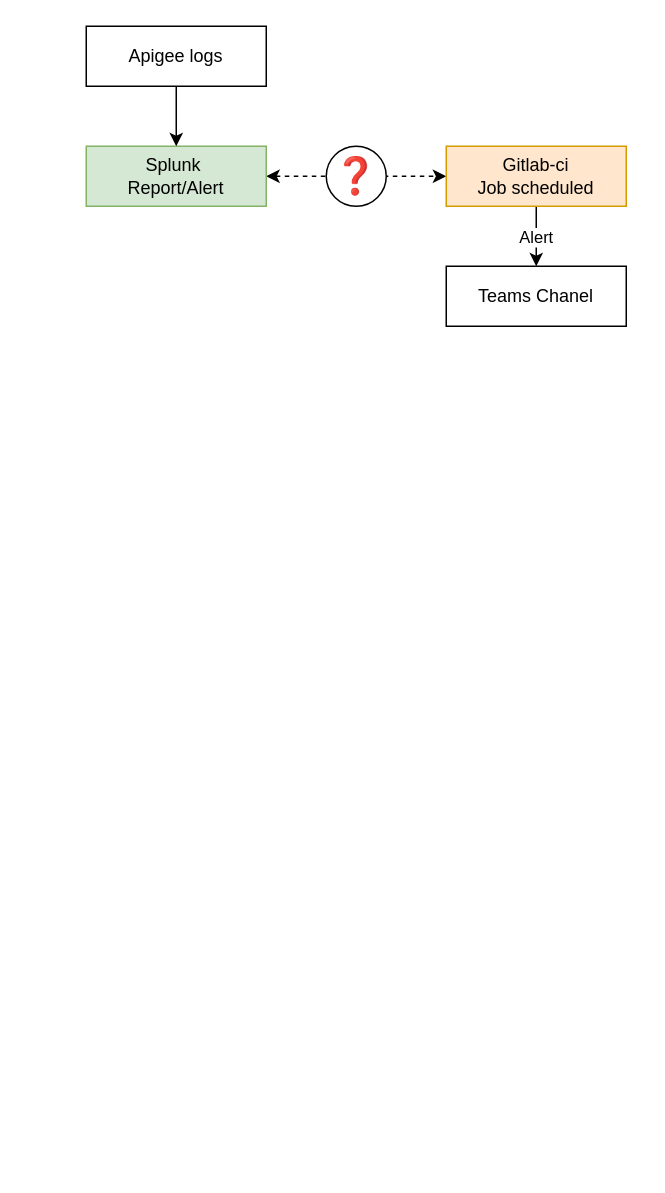
The draw.io diagram inactive-apikeys.drawio in 41M3/draw.io, before the edit. Source tidied: cells renumbered, new cells numbered last; positions are measured from the earlier drawing's top-left corner, leaving out a move shared by most shapes. Both pictures are drawn from the tidied source at 150%, with x=0, y=0 at pixel (86, 26).
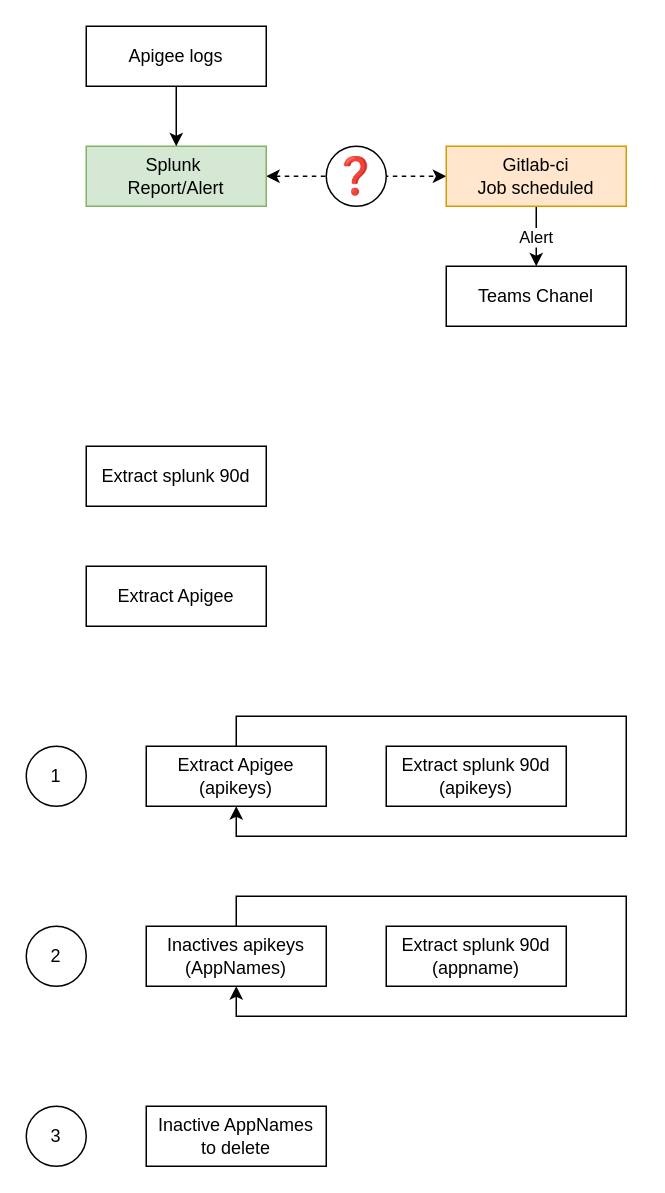
After the change.

Commit message:
Mettre à jour inactive-apikeys.drawio

Change to the diagram source:
```diff
@@
+    <mxCell id="11" value="Extract splunk 90d" style="rounded=0;whiteSpace=wrap;html=1;" parent="1" vertex="1">
+      <mxGeometry y="280" width="120" height="40" as="geometry" />
+    </mxCell>
+    <mxCell id="12" value="Extract Apigee" style="rounded=0;whiteSpace=wrap;html=1;" parent="1" vertex="1">
+      <mxGeometry y="360" width="120" height="40" as="geometry" />
+    </mxCell>
+    <mxCell id="13" value="Extract Apigee&lt;br&gt;(apikeys)" style="rounded=0;whiteSpace=wrap;html=1;" parent="1" vertex="1">
+      <mxGeometry x="40" y="480" width="120" height="40" as="geometry" />
+    </mxCell>
+    <mxCell id="14" style="edgeStyle=orthogonalEdgeStyle;rounded=0;orthogonalLoop=1;jettySize=auto;html=1;entryX=0.5;entryY=1;entryDx=0;entryDy=0;" parent="1" edge="1" source="13" target="13">
+      <mxGeometry relative="1" as="geometry">
+        <Array as="points">
+          <mxPoint x="100" y="460" />
+          <mxPoint x="360" y="460" />
+          <mxPoint x="360" y="540" />
+          <mxPoint x="100" y="540" />
+        </Array>
+      </mxGeometry>
+    </mxCell>
+    <mxCell id="15" value="Extract splunk 90d&lt;br&gt;(apikeys)" style="rounded=0;whiteSpace=wrap;html=1;" parent="1" vertex="1">
+      <mxGeometry x="200" y="480" width="120" height="40" as="geometry" />
+    </mxCell>
+    <mxCell id="16" value="1" style="ellipse;whiteSpace=wrap;html=1;" parent="1" vertex="1">
+      <mxGeometry x="-40" y="480" width="40" height="40" as="geometry" />
+    </mxCell>
+    <mxCell id="17" value="Inactives apikeys&lt;br&gt;(AppNames)" style="whiteSpace=wrap;html=1;" parent="1" vertex="1">
+      <mxGeometry x="40" y="600" width="120" height="40" as="geometry" />
+    </mxCell>
+    <mxCell id="18" style="edgeStyle=orthogonalEdgeStyle;rounded=0;orthogonalLoop=1;jettySize=auto;html=1;entryX=0.5;entryY=1;entryDx=0;entryDy=0;" parent="1" edge="1" source="17" target="17">
+      <mxGeometry relative="1" as="geometry">
+        <Array as="points">
+          <mxPoint x="100" y="580" />
+          <mxPoint x="360" y="580" />
+          <mxPoint x="360" y="660" />
+          <mxPoint x="100" y="660" />
+        </Array>
+      </mxGeometry>
+    </mxCell>
+    <mxCell id="19" value="Extract splunk 90d&lt;br&gt;(appname)" style="rounded=0;whiteSpace=wrap;html=1;" parent="1" vertex="1">
+      <mxGeometry x="200" y="600" width="120" height="40" as="geometry" />
+    </mxCell>
+    <mxCell id="20" value="Inactive AppNames&lt;br&gt;to delete" style="whiteSpace=wrap;html=1;" parent="1" vertex="1">
+      <mxGeometry x="40" y="720" width="120" height="40" as="geometry" />
+    </mxCell>
+    <mxCell id="21" value="2" style="ellipse;whiteSpace=wrap;html=1;" parent="1" vertex="1">
+      <mxGeometry x="-40" y="600" width="40" height="40" as="geometry" />
+    </mxCell>
+    <mxCell id="22" value="3" style="ellipse;whiteSpace=wrap;html=1;" parent="1" vertex="1">
+      <mxGeometry x="-40" y="720" width="40" height="40" as="geometry" />
+    </mxCell>
```
